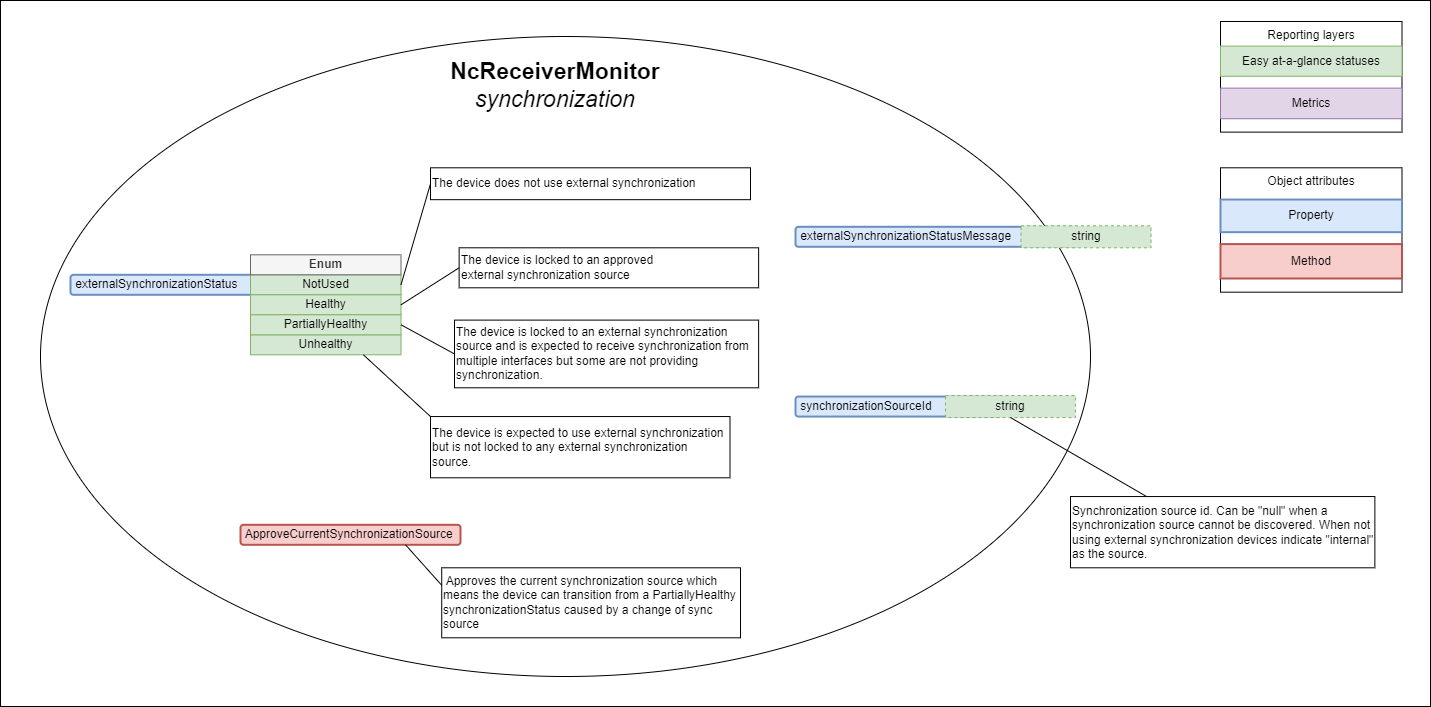
Earlier version of the draw.io export docs/images/receiver-model-synchronization.png (AMWA-TV/bcp-008-01). Source tidied: cells renumbered, new cells last; positions are measured from the earlier drawing's top-left corner, leaving out a move shared by most shapes.
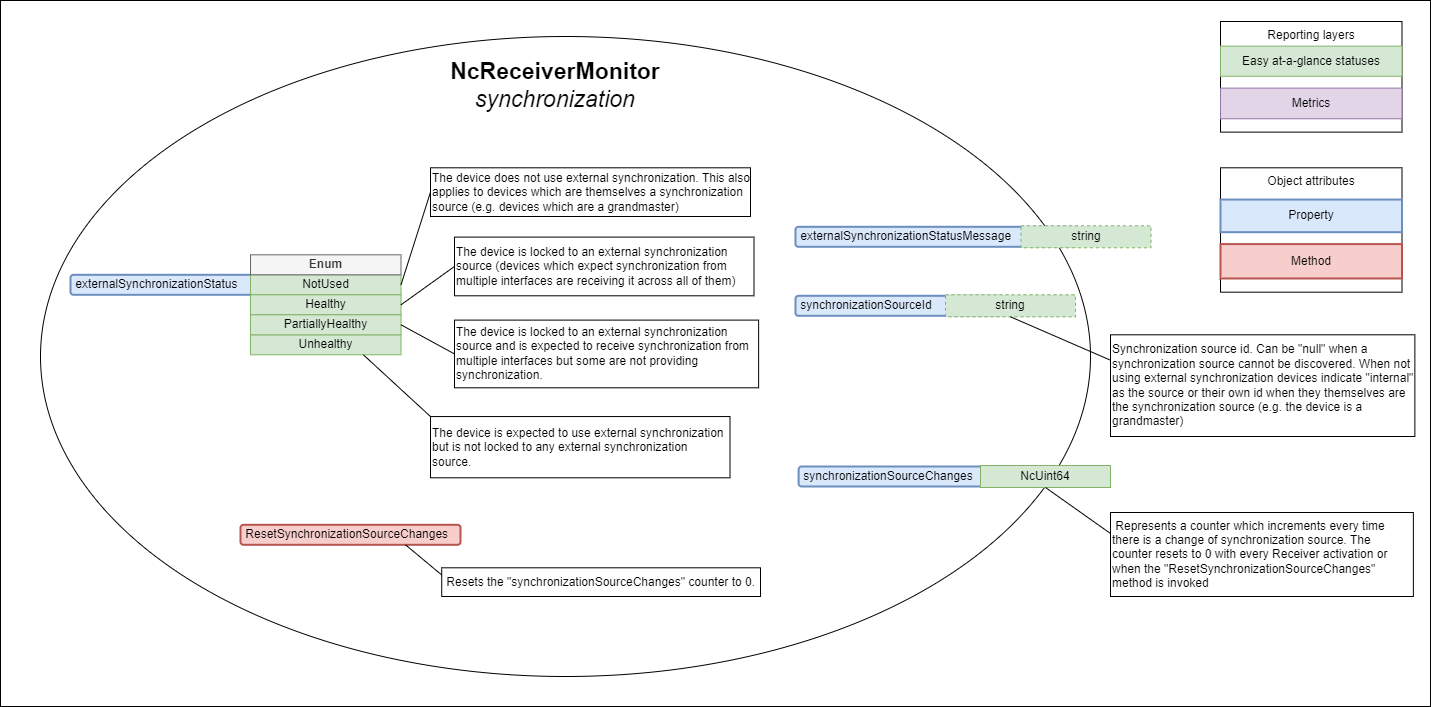
After the change.

Commit message:
Synchronization domain updates

based on latest face to face meeting:
- We will introduce a new property called synchronizationSourceChanges which tracks the number of sync sources changes.
- We will also introduce a ResetSynchronizationSourceChanges method with no arguments which resets this to 0 (this replaces the existing ApproveCurrentSynchronizationSource method)

The edit, as a diff of the source:
```diff
@@ -42,25 +42,25 @@
       <mxGeometry x="250" y="334.3" width="150.5" height="20" as="geometry" />
     </mxCell>
     <mxCell id="15" value="&amp;nbsp;&lt;span style=&quot;background-color: initial;&quot;&gt;synchronizationSourceId&lt;/span&gt;" style="rounded=1;whiteSpace=wrap;html=1;align=left;fillColor=#dae8fc;strokeColor=#6c8ebf;strokeWidth=2;" parent="1" vertex="1">
-      <mxGeometry x="795" y="396.1" width="206.5" height="20" as="geometry" />
+      <mxGeometry x="795" y="295.3" width="206.5" height="20" as="geometry" />
     </mxCell>
     <mxCell id="16" value="string" style="rounded=0;whiteSpace=wrap;html=1;dashed=1;fillColor=#d5e8d4;strokeColor=#82b366;" parent="1" vertex="1">
-      <mxGeometry x="945" y="395" width="130" height="22" as="geometry" />
+      <mxGeometry x="945" y="294.3" width="130" height="22" as="geometry" />
     </mxCell>
-    <mxCell id="17" value="The device is locked to an approved external&amp;nbsp;&lt;span style=&quot;background-color: initial;&quot;&gt;synchronization source&lt;/span&gt;" style="text;html=1;strokeColor=default;fillColor=default;align=left;verticalAlign=middle;whiteSpace=wrap;rounded=0;" parent="1" vertex="1">
-      <mxGeometry x="458.6" y="247.3" width="299.5" height="40" as="geometry" />
+    <mxCell id="17" value="The device is locked to an external&amp;nbsp;&lt;span style=&quot;background-color: initial;&quot;&gt;synchronization source&amp;nbsp;&lt;/span&gt;(devices which expect synchronization from multiple interfaces are receiving it across all of them)" style="text;html=1;strokeColor=default;fillColor=default;align=left;verticalAlign=middle;whiteSpace=wrap;rounded=0;" parent="1" vertex="1">
+      <mxGeometry x="454" y="236.6" width="299.5" height="58.7" as="geometry" />
     </mxCell>
     <mxCell id="18" value="Healthy" style="rounded=0;whiteSpace=wrap;html=1;fillColor=#d5e8d4;strokeColor=#82b366;" parent="1" vertex="1">
       <mxGeometry x="250" y="294.3" width="150.5" height="20" as="geometry" />
     </mxCell>
-    <mxCell id="19" value="Synchronization source id. Can be &quot;null&quot; when a synchronization source cannot be discovered. When not using external synchronization devices indicate &quot;internal&quot; as the source." style="text;html=1;strokeColor=default;fillColor=default;align=left;verticalAlign=middle;whiteSpace=wrap;rounded=0;" parent="1" vertex="1">
-      <mxGeometry x="1070" y="496" width="304.4" height="71.2" as="geometry" />
+    <mxCell id="19" value="Synchronization source id. Can be &quot;null&quot; when a synchronization source cannot be discovered. When not using external synchronization devices indicate &quot;internal&quot; as the source or their own id when they themselves are the synchronization source (e.g. the device is a grandmaster)" style="text;html=1;strokeColor=default;fillColor=default;align=left;verticalAlign=middle;whiteSpace=wrap;rounded=0;" parent="1" vertex="1">
+      <mxGeometry x="1110" y="334.3" width="304.4" height="101.7" as="geometry" />
     </mxCell>
-    <mxCell id="20" style="endArrow=none;html=1;rounded=0;entryX=0.25;entryY=0;entryDx=0;entryDy=0;exitX=0.5;exitY=1;exitDx=0;exitDy=0;" parent="1" edge="1" source="16" target="19">
+    <mxCell id="20" style="endArrow=none;html=1;rounded=0;entryX=0;entryY=0.25;entryDx=0;entryDy=0;exitX=0.5;exitY=1;exitDx=0;exitDy=0;" parent="1" edge="1" source="16" target="19">
       <mxGeometry relative="1" as="geometry" />
     </mxCell>
-    <mxCell id="21" value="The device does not use external synchronization" style="text;html=1;strokeColor=default;fillColor=default;align=left;verticalAlign=middle;whiteSpace=wrap;rounded=0;" parent="1" vertex="1">
-      <mxGeometry x="430" y="167.3" width="320" height="31.9" as="geometry" />
+    <mxCell id="21" value="The device does not use external synchronization. This also applies to devices which are themselves a synchronization source (e.g. devices which are a grandmaster)" style="text;html=1;strokeColor=default;fillColor=default;align=left;verticalAlign=middle;whiteSpace=wrap;rounded=0;" parent="1" vertex="1">
+      <mxGeometry x="430" y="167.3" width="320" height="48.7" as="geometry" />
     </mxCell>
     <mxCell id="22" style="endArrow=none;html=1;rounded=0;entryX=0;entryY=0.5;entryDx=0;entryDy=0;exitX=1;exitY=0.5;exitDx=0;exitDy=0;" parent="1" edge="1" source="12" target="21">
       <mxGeometry relative="1" as="geometry" />
@@ -89,14 +89,26 @@
     <mxCell id="30" style="endArrow=none;html=1;rounded=0;entryX=0;entryY=0.5;entryDx=0;entryDy=0;exitX=1;exitY=0.5;exitDx=0;exitDy=0;" parent="1" edge="1" source="18" target="17">
       <mxGeometry relative="1" as="geometry" />
     </mxCell>
-    <mxCell id="31" value="&amp;nbsp;ApproveCurrentSynchronizationSource" style="rounded=1;whiteSpace=wrap;html=1;align=left;fillColor=#f8cecc;strokeColor=#b85450;strokeWidth=2;" parent="1" vertex="1">
+    <mxCell id="31" value="&amp;nbsp;ResetSynchronizationSourceChanges" style="rounded=1;whiteSpace=wrap;html=1;align=left;fillColor=#f8cecc;strokeColor=#b85450;strokeWidth=2;" parent="1" vertex="1">
       <mxGeometry x="240" y="524.3" width="220" height="20" as="geometry" />
     </mxCell>
-    <mxCell id="32" value="&amp;nbsp;Approves the current synchronization source which means the device can transition from a PartiallyHealthy synchronizationStatus caused by a change of sync source" style="text;html=1;strokeColor=default;fillColor=default;align=left;verticalAlign=middle;whiteSpace=wrap;rounded=0;" parent="1" vertex="1">
-      <mxGeometry x="441.2" y="567.3" width="298.8" height="70" as="geometry" />
+    <mxCell id="32" value="&amp;nbsp;Resets the &quot;synchronizationSourceChanges&quot; counter to 0." style="text;html=1;strokeColor=default;fillColor=default;align=left;verticalAlign=middle;whiteSpace=wrap;rounded=0;" parent="1" vertex="1">
+      <mxGeometry x="441.2" y="567.3" width="318.8" height="28.7" as="geometry" />
     </mxCell>
     <mxCell id="33" style="endArrow=none;html=1;rounded=0;entryX=0;entryY=0.25;entryDx=0;entryDy=0;exitX=0.75;exitY=1;exitDx=0;exitDy=0;" parent="1" edge="1" source="31" target="32">
       <mxGeometry relative="1" as="geometry" />
     </mxCell>
+    <mxCell id="34" value="&amp;nbsp;synchronizationSourceChanges" style="rounded=1;whiteSpace=wrap;html=1;align=left;fillColor=#dae8fc;strokeColor=#6c8ebf;strokeWidth=2;" parent="1" vertex="1">
+      <mxGeometry x="798.1" y="466" width="206.5" height="20" as="geometry" />
+    </mxCell>
+    <mxCell id="35" value="NcUint64" style="rounded=0;whiteSpace=wrap;html=1;fillColor=#d5e8d4;strokeColor=#82b366;" parent="1" vertex="1">
+      <mxGeometry x="980" y="465" width="130" height="22" as="geometry" />
+    </mxCell>
+    <mxCell id="36" value="&amp;nbsp;Represents a counter which increments every time there is a change of synchronization source. The counter resets to 0 with every Receiver activation or when the &quot;ResetSynchronizationSourceChanges&quot; method is invoked" style="text;html=1;strokeColor=default;fillColor=default;align=left;verticalAlign=middle;whiteSpace=wrap;rounded=0;" parent="1" vertex="1">
+      <mxGeometry x="1110" y="512" width="302.9" height="84" as="geometry" />
+    </mxCell>
+    <mxCell id="37" style="endArrow=none;html=1;rounded=0;entryX=0;entryY=0.25;entryDx=0;entryDy=0;exitX=0.5;exitY=1;exitDx=0;exitDy=0;" parent="1" edge="1" source="35" target="36">
+      <mxGeometry relative="1" as="geometry" />
+    </mxCell>
   </root>
 </mxGraphModel>
```
